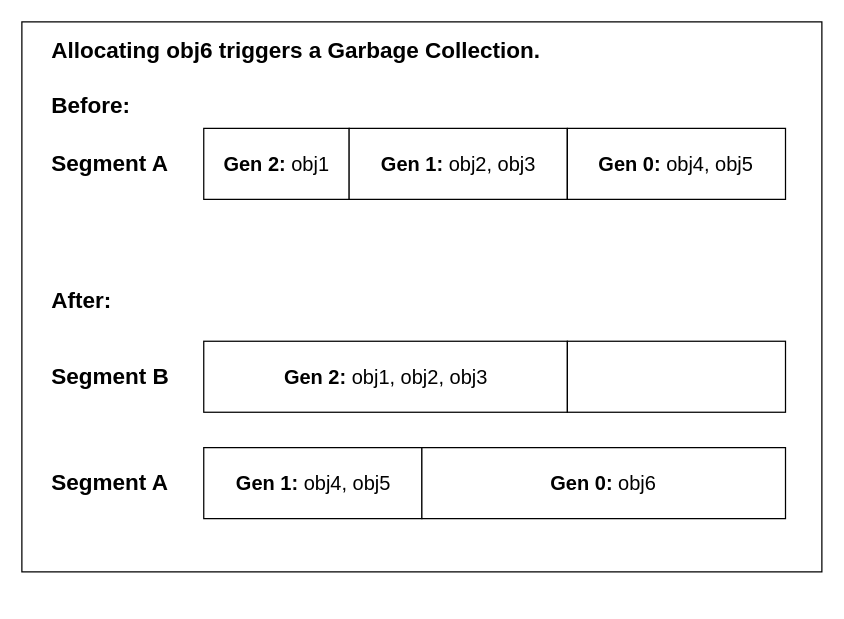
Earlier version of the draw.io diagram images/Example.drawio (maxmeffert/DotNetGarbageCollection). Source tidied: cells renumbered, new cells numbered last; positions are measured from the earlier drawing's top-left corner, leaving out a move shared by most shapes. Both pictures are drawn from the tidied source at 125%, with x=0, y=0 at pixel (21, 21).
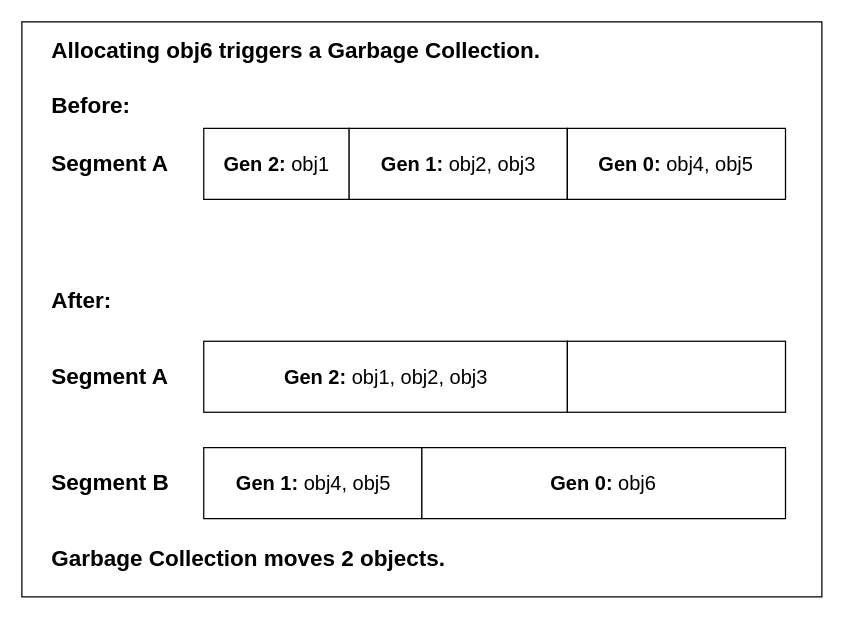
After the change.

Commit message (it also covers changes not shown here):
fixed error in diagram

Diff of the diagram source:
```diff
@@
 <mxGraphModel>
   <root>
     <mxCell id="0" />
     <mxCell id="1" parent="0" />
     <mxCell id="2" style="group;" parent="1" vertex="1">
-      <mxGeometry width="640" height="440" as="geometry" />
+      <mxGeometry width="640" height="460" as="geometry" />
     </mxCell>
     <mxCell id="3" style="rounded=0;whiteSpace=wrap;html=1;" parent="2" vertex="1">
-      <mxGeometry width="640" height="440" as="geometry" />
+      <mxGeometry width="640" height="460" as="geometry" />
     </mxCell>
     <mxCell id="4" value="&lt;font style=&quot;font-size: 16px&quot;&gt;&lt;b&gt;Gen 2:&lt;/b&gt; obj1&lt;/font&gt;" style="rounded=0;whiteSpace=wrap;html=1;" parent="2" vertex="1">
       <mxGeometry x="145.5" y="85.2" width="116.4" height="56.8" as="geometry" />
     </mxCell>
     <mxCell id="5" value="&lt;font style=&quot;font-size: 16px&quot;&gt;&lt;b&gt;Gen 1:&lt;/b&gt; obj2, obj3&lt;/font&gt;" style="rounded=0;whiteSpace=wrap;html=1;" parent="2" vertex="1">
       <mxGeometry x="261.8" y="85.2" width="174.5" height="56.8" as="geometry" />
     </mxCell>
     <mxCell id="6" value="&lt;font style=&quot;font-size: 16px&quot;&gt;&lt;b&gt;Gen 0:&lt;/b&gt; obj4, obj5&lt;/font&gt;" style="rounded=0;whiteSpace=wrap;html=1;" parent="2" vertex="1">
       <mxGeometry x="436.4" y="85.2" width="174.5" height="56.8" as="geometry" />
     </mxCell>
     <mxCell id="7" value="&lt;div style=&quot;font-size: 18px&quot; align=&quot;left&quot;&gt;&lt;b&gt;Segment A&lt;/b&gt;&lt;/div&gt;" style="text;html=1;align=left;verticalAlign=middle;" parent="2" vertex="1">
       <mxGeometry x="21.8" y="103.5" width="110" height="20" as="geometry" />
     </mxCell>
     <mxCell id="8" value="&lt;font style=&quot;font-size: 16px&quot;&gt;&lt;b&gt;Gen 2:&lt;/b&gt; obj1, obj2, obj3&lt;/font&gt;" style="rounded=0;whiteSpace=wrap;html=1;" parent="2" vertex="1">
       <mxGeometry x="145.5" y="255.5" width="290.9" height="56.8" as="geometry" />
     </mxCell>
     <mxCell id="9" style="rounded=0;whiteSpace=wrap;html=1;" parent="2" vertex="1">
       <mxGeometry x="436.4" y="255.5" width="174.5" height="56.8" as="geometry" />
     </mxCell>
-    <mxCell id="10" value="&lt;div style=&quot;font-size: 18px&quot; align=&quot;left&quot;&gt;&lt;b&gt;Segment B&lt;/b&gt;&lt;/div&gt;" style="text;html=1;align=left;verticalAlign=middle;" parent="2" vertex="1">
+    <mxCell id="10" value="&lt;div style=&quot;font-size: 18px&quot; align=&quot;left&quot;&gt;&lt;b&gt;Segment A&lt;br&gt;&lt;/b&gt;&lt;/div&gt;" style="text;html=1;align=left;verticalAlign=middle;" parent="2" vertex="1">
       <mxGeometry x="21.8" y="273.9" width="110" height="20" as="geometry" />
     </mxCell>
     <mxCell id="11" value="&lt;font style=&quot;font-size: 16px&quot;&gt;&lt;b&gt;Gen 1:&lt;/b&gt; obj4, obj5&lt;/font&gt;" style="rounded=0;whiteSpace=wrap;html=1;" parent="2" vertex="1">
       <mxGeometry x="145.5" y="340.6" width="174.5" height="56.8" as="geometry" />
     </mxCell>
     <mxCell id="12" value="&lt;font style=&quot;font-size: 16px&quot;&gt;&lt;b&gt;Gen 0:&lt;/b&gt; obj6&lt;/font&gt;" style="rounded=0;whiteSpace=wrap;html=1;" parent="2" vertex="1">
       <mxGeometry x="320" y="340.6" width="290.9" height="56.8" as="geometry" />
     </mxCell>
-    <mxCell id="13" value="&lt;div style=&quot;font-size: 18px&quot; align=&quot;left&quot;&gt;&lt;b&gt;Segment A&lt;/b&gt;&lt;/div&gt;" style="text;html=1;align=left;verticalAlign=middle;" parent="2" vertex="1">
+    <mxCell id="13" value="&lt;div style=&quot;font-size: 18px&quot; align=&quot;left&quot;&gt;&lt;b&gt;Segment B&lt;br&gt;&lt;/b&gt;&lt;/div&gt;" style="text;html=1;align=left;verticalAlign=middle;" parent="2" vertex="1">
       <mxGeometry x="21.8" y="359" width="110" height="20" as="geometry" />
     </mxCell>
     <mxCell id="14" value="&lt;div style=&quot;font-size: 18px&quot; align=&quot;left&quot;&gt;&lt;b&gt;&lt;font style=&quot;font-size: 18px&quot;&gt;Allocating obj6 triggers a Garbage Collection.&lt;/font&gt;&lt;/b&gt;&lt;/div&gt;" style="text;html=1;align=left;verticalAlign=middle;" parent="2" vertex="1">
       <mxGeometry x="21.8" y="12.8" width="410" height="20" as="geometry" />
     </mxCell>
     <mxCell id="15" value="&lt;div style=&quot;font-size: 18px&quot; align=&quot;left&quot;&gt;&lt;b&gt;&lt;font style=&quot;font-size: 18px&quot;&gt;Before:&lt;/font&gt;&lt;/b&gt;&lt;/div&gt;" style="text;html=1;align=left;verticalAlign=middle;" parent="2" vertex="1">
       <mxGeometry x="21.8" y="56.8" width="80" height="20" as="geometry" />
     </mxCell>
     <mxCell id="16" value="&lt;div style=&quot;font-size: 18px&quot; align=&quot;left&quot;&gt;&lt;b&gt;&lt;font style=&quot;font-size: 18px&quot;&gt;After:&lt;/font&gt;&lt;/b&gt;&lt;/div&gt;" style="text;html=1;align=left;verticalAlign=middle;" parent="2" vertex="1">
       <mxGeometry x="21.8" y="212.9" width="60" height="20" as="geometry" />
     </mxCell>
+    <mxCell id="17" value="&lt;div style=&quot;font-size: 18px&quot; align=&quot;left&quot;&gt;&lt;b&gt;&lt;font style=&quot;font-size: 18px&quot;&gt;Garbage Collection moves 2 objects.&lt;br&gt;&lt;/font&gt;&lt;/b&gt;&lt;/div&gt;" style="text;html=1;align=left;verticalAlign=middle;" parent="2" vertex="1">
+      <mxGeometry x="21.8" y="420" width="330" height="20" as="geometry" />
+    </mxCell>
   </root>
 </mxGraphModel>
```
